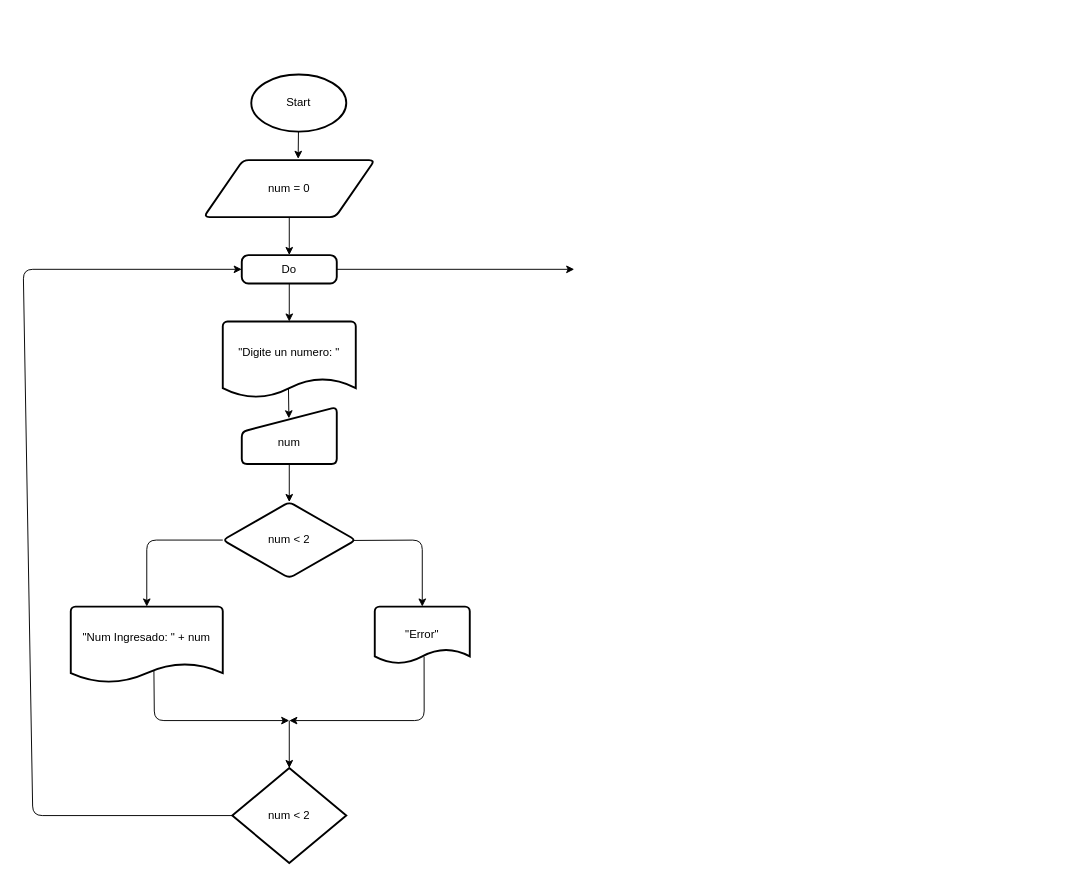
Above: DeterminarSiUnNumeroEsPrimo.drawio in AnthonyLozadaAlexander/DiagramaDeFlujos (draw.io), before the change. Source tidied: cells renumbered, new cells numbered last; positions are measured from the earlier drawing's top-left corner, leaving out a move shared by most shapes. Both pictures are drawn from the tidied source at 95%, with x=0, y=0 at pixel (23, 74).
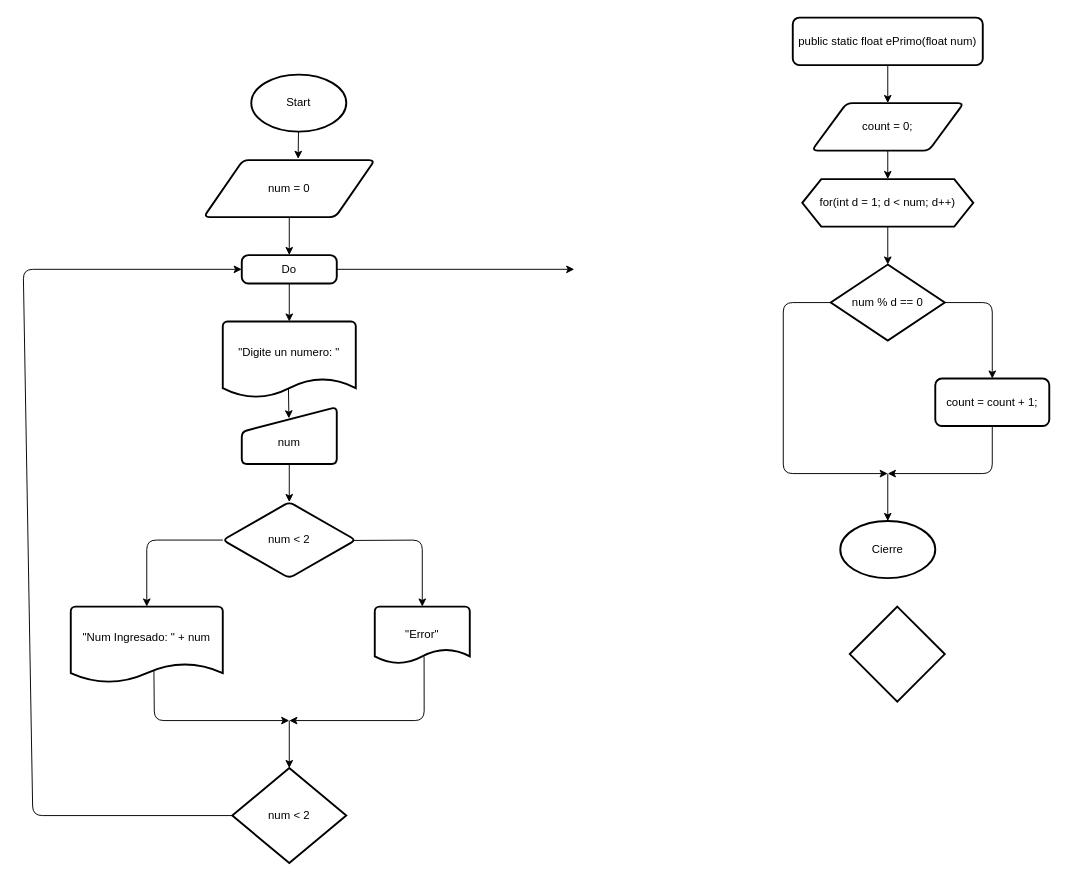
The same diagram, later.

Commit message:
Agregar lógica para determinar si un número es primo en el diagrama de flujo, incluyendo condiciones y conteo de divisores.

Change to the diagram source:
```diff
@@
+    <mxCell id="23" style="edgeStyle=none;html=1;entryX=0.5;entryY=0;entryDx=0;entryDy=0;" parent="1" edge="1" source="24" target="26">
+      <mxGeometry relative="1" as="geometry" />
+    </mxCell>
+    <mxCell id="24" value="public static float ePrimo(float num)" style="rounded=1;whiteSpace=wrap;html=1;absoluteArcSize=1;arcSize=14;strokeWidth=2;" parent="1" vertex="1">
+      <mxGeometry x="810" y="-60" width="200" height="50" as="geometry" />
+    </mxCell>
+    <mxCell id="25" style="edgeStyle=none;html=1;entryX=0.5;entryY=0;entryDx=0;entryDy=0;" parent="1" edge="1" source="26" target="28">
+      <mxGeometry relative="1" as="geometry" />
+    </mxCell>
+    <mxCell id="26" value="count = 0;" style="shape=parallelogram;html=1;strokeWidth=2;perimeter=parallelogramPerimeter;whiteSpace=wrap;rounded=1;arcSize=12;size=0.23;" parent="1" vertex="1">
+      <mxGeometry x="830" y="30" width="160" height="50" as="geometry" />
+    </mxCell>
+    <mxCell id="27" style="edgeStyle=none;html=1;" parent="1" edge="1" source="28" target="31">
+      <mxGeometry relative="1" as="geometry" />
+    </mxCell>
+    <mxCell id="28" value="for(int d = 1; d &amp;lt; num; d++)" style="shape=hexagon;perimeter=hexagonPerimeter2;whiteSpace=wrap;html=1;fixedSize=1;rounded=0;strokeWidth=2;" parent="1" vertex="1">
+      <mxGeometry x="820" y="110" width="180" height="50" as="geometry" />
+    </mxCell>
+    <mxCell id="29" style="edgeStyle=none;html=1;exitX=0;exitY=0.5;exitDx=0;exitDy=0;" parent="1" edge="1" source="31">
+      <mxGeometry relative="1" as="geometry">
+        <mxPoint x="910" y="420" as="targetPoint" />
+        <Array as="points">
+          <mxPoint x="800" y="240" />
+          <mxPoint x="800" y="420" />
+        </Array>
+      </mxGeometry>
+    </mxCell>
+    <mxCell id="30" style="edgeStyle=none;html=1;entryX=0.5;entryY=0;entryDx=0;entryDy=0;exitX=1;exitY=0.5;exitDx=0;exitDy=0;" parent="1" edge="1" source="31" target="33">
+      <mxGeometry relative="1" as="geometry">
+        <Array as="points">
+          <mxPoint x="1020" y="240" />
+        </Array>
+      </mxGeometry>
+    </mxCell>
+    <mxCell id="31" value="num % d == 0" style="rhombus;whiteSpace=wrap;html=1;rounded=0;strokeWidth=2;" parent="1" vertex="1">
+      <mxGeometry x="850" y="200" width="120" height="80" as="geometry" />
+    </mxCell>
+    <mxCell id="32" style="edgeStyle=none;html=1;" parent="1" edge="1" source="33">
+      <mxGeometry relative="1" as="geometry">
+        <mxPoint x="910" y="420" as="targetPoint" />
+        <Array as="points">
+          <mxPoint x="1020" y="420" />
+        </Array>
+      </mxGeometry>
+    </mxCell>
+    <mxCell id="33" value="count = count + 1;" style="rounded=1;whiteSpace=wrap;html=1;absoluteArcSize=1;arcSize=14;strokeWidth=2;" parent="1" vertex="1">
+      <mxGeometry x="960" y="320" width="120" height="50" as="geometry" />
+    </mxCell>
+    <mxCell id="34" style="edgeStyle=none;orthogonalLoop=1;jettySize=auto;html=1;" parent="1" edge="1">
+      <mxGeometry relative="1" as="geometry">
+        <mxPoint x="910" y="420" as="sourcePoint" />
+        <mxPoint x="910" y="470" as="targetPoint" />
+      </mxGeometry>
+    </mxCell>
+    <mxCell id="35" value="Cierre" style="strokeWidth=2;html=1;shape=mxgraph.flowchart.start_1;whiteSpace=wrap;shadow=0;" parent="1" vertex="1">
+      <mxGeometry x="860" y="470" width="100" height="60" as="geometry" />
+    </mxCell>
+    <mxCell id="36" style="strokeWidth=2;html=1;shape=mxgraph.flowchart.decision;whiteSpace=wrap;" parent="1" vertex="1">
+      <mxGeometry x="870" y="560" width="100" height="100" as="geometry" />
+    </mxCell>
```
